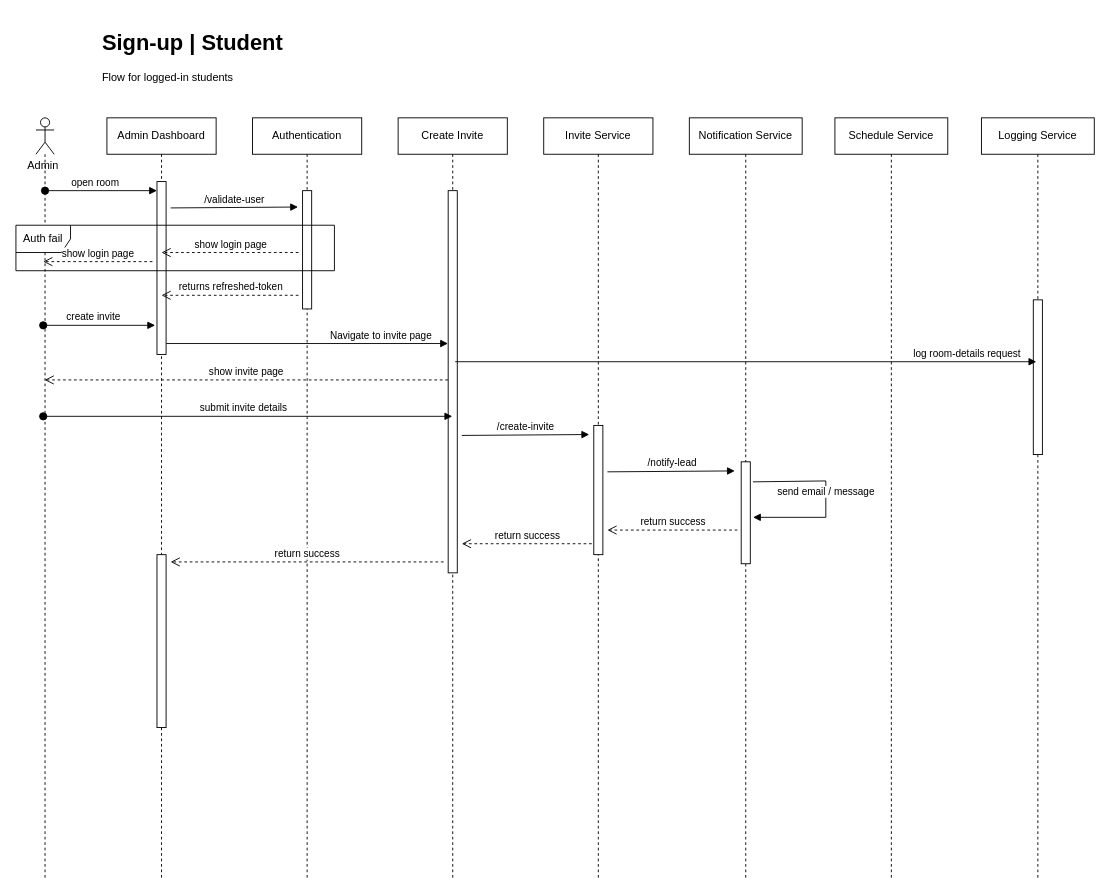
The draw.io diagram page "Invite | Admin" (6 of 6) of docs/assets/Sequence Diagram.drawio in akshayvijaynair/music-academy-docs, before the edit. Source tidied: cells renumbered, new cells numbered last; positions are measured from the earlier drawing's top-left corner, leaving out a move shared by most shapes. Both pictures are drawn from the tidied source at 91%, with x=0, y=0 at pixel (15, 25).
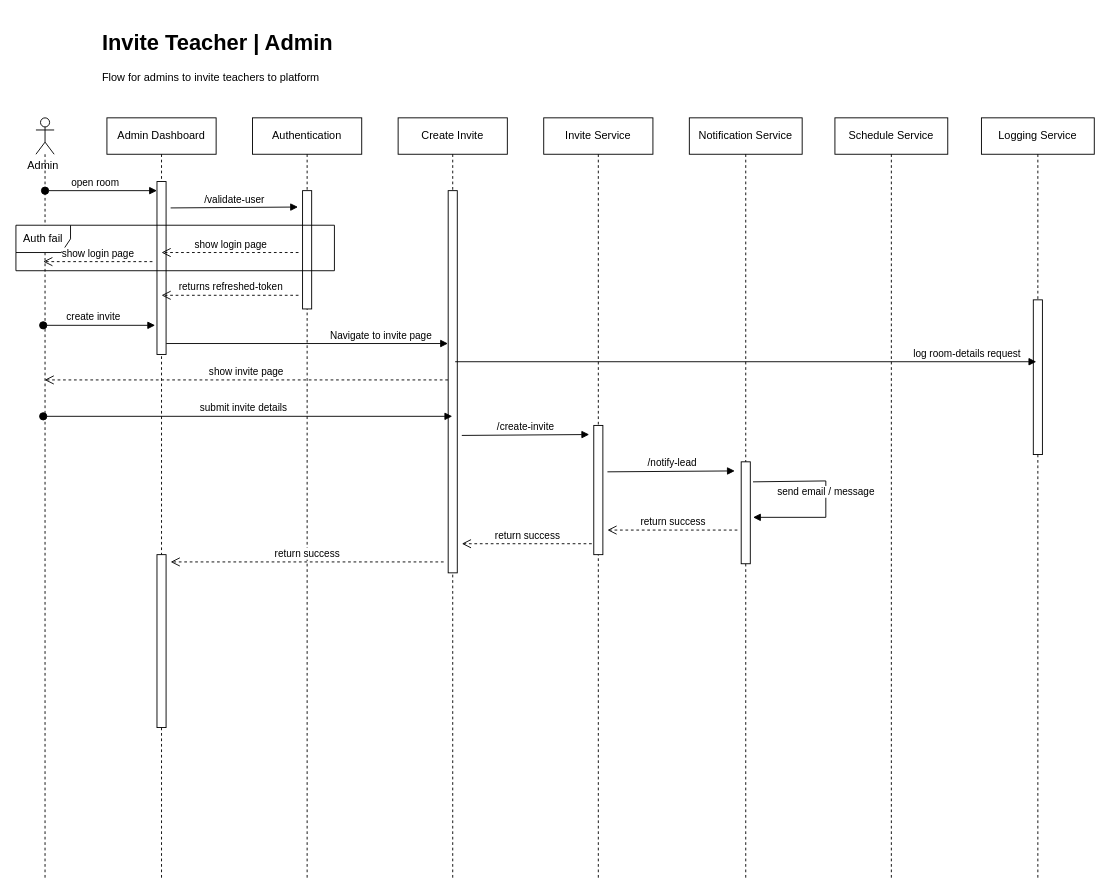
After the change.

Commit message:
feat(Sequence Diagram): refactored invite flow

Change to the diagram source:
```diff
@@
-    <mxCell id="9" value="&lt;h1&gt;Sign-up | Student&lt;/h1&gt;&lt;div&gt;Flow for logged-in students&lt;/div&gt;" style="text;html=1;strokeColor=none;fillColor=none;spacing=5;spacingTop=-20;whiteSpace=wrap;overflow=hidden;rounded=0;" parent="1" vertex="1">
+    <mxCell id="9" value="&lt;h1&gt;Invite Teacher | Admin&lt;/h1&gt;&lt;div&gt;Flow for admins to invite teachers to platform&lt;/div&gt;" style="text;html=1;strokeColor=none;fillColor=none;spacing=5;spacingTop=-20;whiteSpace=wrap;overflow=hidden;rounded=0;" parent="1" vertex="1">
       <mxGeometry x="90" width="690" height="70" as="geometry" />
     </mxCell>
```
